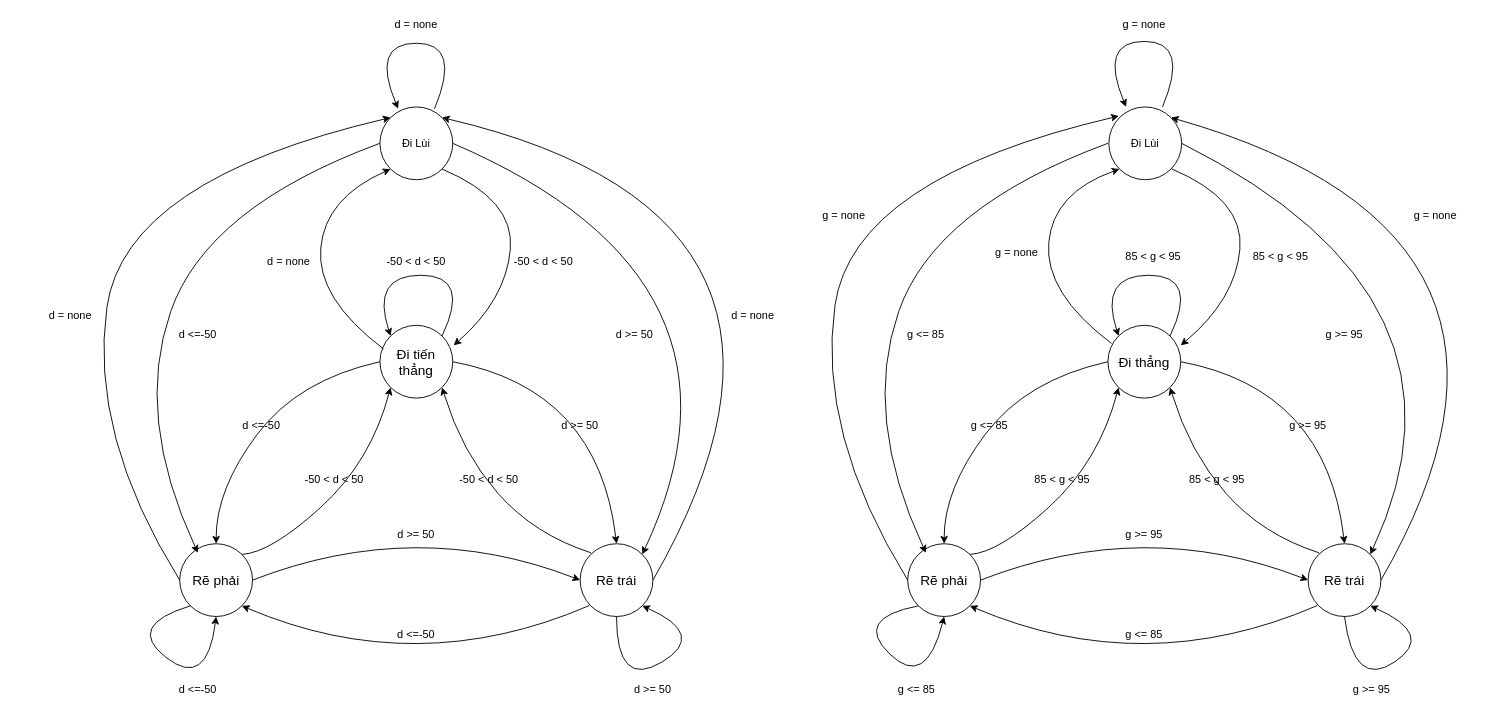
The draw.io diagram B4.drawio in Dieptranivsr/drawio-github, before the edit. Source tidied: cells renumbered, new cells numbered last; positions are measured from the earlier drawing's top-left corner, leaving out a move shared by most shapes. Both pictures are drawn from the tidied source at 91%, with x=0, y=0 at pixel (15, 15).
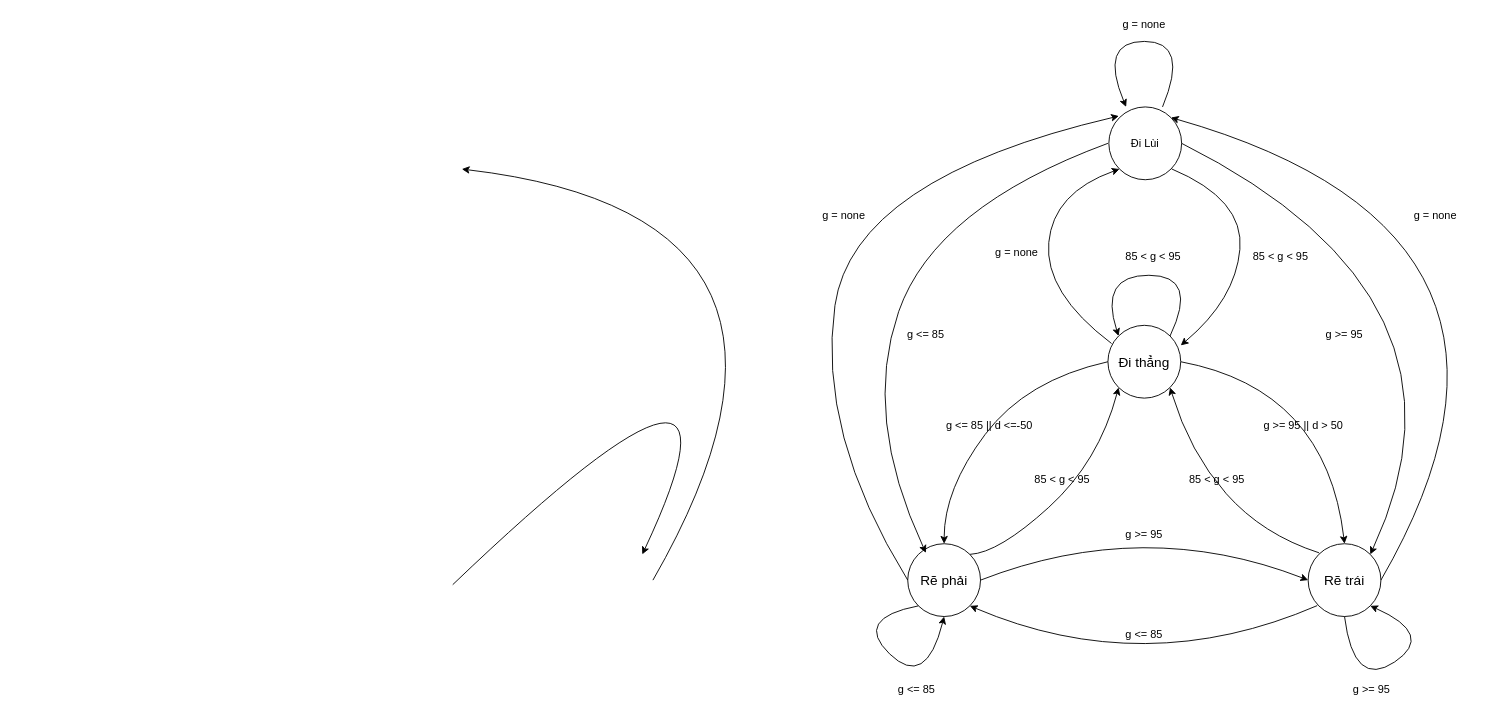
After the change.

The edit, as a diff of the source:
```diff
@@
-    <mxCell id="2" style="curved=1;endArrow=none;html=1;entryX=0;entryY=0.5;entryDx=0;entryDy=0;exitX=0.5;exitY=0;exitDx=0;exitDy=0;startArrow=classic;startFill=1;endFill=0;" parent="1" edge="1" source="6" target="7">
-      <mxGeometry relative="1" as="geometry">
-        <Array as="points">
-          <mxPoint x="220" y="520" />
-          <mxPoint x="310" y="400" />
-        </Array>
-      </mxGeometry>
-    </mxCell>
-    <mxCell id="3" style="curved=1;endArrow=classic;html=1;exitX=1;exitY=0;exitDx=0;exitDy=0;entryX=0;entryY=1;entryDx=0;entryDy=0;" parent="1" edge="1" source="6" target="7">
-      <mxGeometry relative="1" as="geometry">
-        <Array as="points">
-          <mxPoint x="280" y="590" />
-          <mxPoint x="390" y="490" />
-        </Array>
-      </mxGeometry>
-    </mxCell>
-    <mxCell id="4" style="curved=1;endArrow=none;html=1;exitX=1;exitY=1;exitDx=0;exitDy=0;startArrow=classic;startFill=1;endFill=0;" parent="1" edge="1" source="6">
-      <mxGeometry relative="1" as="geometry">
-        <mxPoint x="630" y="648" as="targetPoint" />
-        <Array as="points">
-          <mxPoint x="440" y="730" />
-        </Array>
-      </mxGeometry>
-    </mxCell>
-    <mxCell id="5" style="curved=1;endArrow=none;html=1;entryX=1;entryY=0.5;entryDx=0;entryDy=0;exitX=0.5;exitY=0;exitDx=0;exitDy=0;startArrow=classic;startFill=1;endFill=0;" parent="1" edge="1" source="8" target="7">
-      <mxGeometry relative="1" as="geometry">
-        <Array as="points">
-          <mxPoint x="640" y="410" />
-        </Array>
-      </mxGeometry>
-    </mxCell>
-    <mxCell id="6" value="&lt;font style=&quot;font-size: 15px&quot;&gt;Rẽ phải&lt;/font&gt;" style="ellipse;whiteSpace=wrap;html=1;" parent="1" vertex="1">
-      <mxGeometry x="180" y="580" width="80" height="80" as="geometry" />
-    </mxCell>
-    <mxCell id="7" value="&lt;span style=&quot;font-size: 15px&quot;&gt;Đi tiến thẳng&lt;/span&gt;" style="ellipse;whiteSpace=wrap;html=1;" parent="1" vertex="1">
-      <mxGeometry x="400" y="340" width="80" height="80" as="geometry" />
-    </mxCell>
-    <mxCell id="8" value="&lt;font style=&quot;font-size: 15px&quot;&gt;Rẽ trái&lt;/font&gt;" style="ellipse;whiteSpace=wrap;html=1;" parent="1" vertex="1">
-      <mxGeometry x="620" y="580" width="80" height="80" as="geometry" />
-    </mxCell>
-    <mxCell id="9" style="curved=1;endArrow=classic;html=1;entryX=1;entryY=1;entryDx=0;entryDy=0;" parent="1" edge="1" target="7">
-      <mxGeometry relative="1" as="geometry">
-        <mxPoint x="632" y="590" as="sourcePoint" />
-        <Array as="points">
-          <mxPoint x="570" y="570" />
-          <mxPoint x="490" y="480" />
-        </Array>
-      </mxGeometry>
-    </mxCell>
-    <mxCell id="10" style="curved=1;endArrow=classic;html=1;entryX=0;entryY=0.5;entryDx=0;entryDy=0;exitX=0.5;exitY=1;exitDx=0;exitDy=0;" parent="1" edge="1" target="8">
-      <mxGeometry relative="1" as="geometry">
-        <mxPoint x="260" y="620" as="sourcePoint" />
-        <Array as="points">
-          <mxPoint x="440" y="550" />
-        </Array>
-      </mxGeometry>
-    </mxCell>
-    <mxCell id="11" value="d &amp;lt;=-50" style="text;html=1;strokeColor=none;fillColor=none;align=center;verticalAlign=middle;whiteSpace=wrap;rounded=0;" parent="1" vertex="1">
-      <mxGeometry x="210" y="440" width="120" height="20" as="geometry" />
-    </mxCell>
-    <mxCell id="12" value="d &amp;gt;= 50" style="text;html=1;strokeColor=none;fillColor=none;align=center;verticalAlign=middle;whiteSpace=wrap;rounded=0;" parent="1" vertex="1">
-      <mxGeometry x="400" y="560" width="80" height="20" as="geometry" />
-    </mxCell>
-    <mxCell id="13" value="-50 &amp;lt; d &amp;lt; 50" style="text;html=1;strokeColor=none;fillColor=none;align=center;verticalAlign=middle;whiteSpace=wrap;rounded=0;" parent="1" vertex="1">
-      <mxGeometry x="290" y="500" width="120" height="20" as="geometry" />
-    </mxCell>
-    <mxCell id="14" value="d &amp;gt;= 50" style="text;html=1;strokeColor=none;fillColor=none;align=center;verticalAlign=middle;whiteSpace=wrap;rounded=0;" parent="1" vertex="1">
-      <mxGeometry x="580" y="440" width="80" height="20" as="geometry" />
-    </mxCell>
-    <mxCell id="15" value="-50 &amp;lt; d &amp;lt; 50" style="text;html=1;strokeColor=none;fillColor=none;align=center;verticalAlign=middle;whiteSpace=wrap;rounded=0;" parent="1" vertex="1">
-      <mxGeometry x="460" y="500" width="120" height="20" as="geometry" />
-    </mxCell>
-    <mxCell id="16" value="d &amp;lt;=-50" style="text;html=1;strokeColor=none;fillColor=none;align=center;verticalAlign=middle;whiteSpace=wrap;rounded=0;" parent="1" vertex="1">
-      <mxGeometry x="380" y="670" width="120" height="20" as="geometry" />
-    </mxCell>
@@
-    <mxCell id="26" value="g &amp;lt;= 85" style="text;html=1;strokeColor=none;fillColor=none;align=center;verticalAlign=middle;whiteSpace=wrap;rounded=0;" parent="1" vertex="1">
+    <mxCell id="26" value="g &amp;lt;= 85 || d &amp;lt;=-50" style="text;html=1;strokeColor=none;fillColor=none;align=center;verticalAlign=middle;whiteSpace=wrap;rounded=0;" parent="1" vertex="1">
       <mxGeometry x="1010" y="440" width="120" height="20" as="geometry" />
     </mxCell>
@@
-    <mxCell id="29" value="g &amp;gt;= 95" style="text;html=1;strokeColor=none;fillColor=none;align=center;verticalAlign=middle;whiteSpace=wrap;rounded=0;" parent="1" vertex="1">
-      <mxGeometry x="1380" y="440" width="80" height="20" as="geometry" />
+    <mxCell id="29" value="g &amp;gt;= 95 || d &amp;gt; 50" style="text;html=1;strokeColor=none;fillColor=none;align=center;verticalAlign=middle;whiteSpace=wrap;rounded=0;" parent="1" vertex="1">
+      <mxGeometry x="1370" y="440" width="90" height="20" as="geometry" />
     </mxCell>
@@
-    <mxCell id="32" style="curved=1;endArrow=classic;html=1;entryX=1;entryY=1;entryDx=0;entryDy=0;" parent="1" edge="1" target="8">
-      <mxGeometry relative="1" as="geometry">
-        <mxPoint x="660" y="660" as="sourcePoint" />
-        <Array as="points">
-          <mxPoint x="660" y="740" />
-          <mxPoint x="760" y="680" />
-        </Array>
-      </mxGeometry>
-    </mxCell>
-    <mxCell id="33" style="curved=1;endArrow=classic;html=1;entryX=0;entryY=0;entryDx=0;entryDy=0;exitX=1;exitY=0;exitDx=0;exitDy=0;" parent="1" edge="1" source="7" target="7">
-      <mxGeometry relative="1" as="geometry">
-        <Array as="points">
-          <mxPoint x="500" y="285" />
-          <mxPoint x="390" y="285" />
-        </Array>
-      </mxGeometry>
-    </mxCell>
-    <mxCell id="34" style="curved=1;endArrow=classic;html=1;exitX=0;exitY=1;exitDx=0;exitDy=0;" parent="1" edge="1" source="6">
-      <mxGeometry relative="1" as="geometry">
-        <mxPoint x="220" y="660" as="targetPoint" />
-        <Array as="points">
-          <mxPoint x="120" y="670" />
-          <mxPoint x="210" y="740" />
-        </Array>
-      </mxGeometry>
-    </mxCell>
@@
-    <mxCell id="38" value="d &amp;gt;= 50" style="text;html=1;strokeColor=none;fillColor=none;align=center;verticalAlign=middle;whiteSpace=wrap;rounded=0;" parent="1" vertex="1">
-      <mxGeometry x="660" y="730" width="80" height="20" as="geometry" />
-    </mxCell>
-    <mxCell id="39" value="-50 &amp;lt; d &amp;lt; 50" style="text;html=1;strokeColor=none;fillColor=none;align=center;verticalAlign=middle;whiteSpace=wrap;rounded=0;" parent="1" vertex="1">
-      <mxGeometry x="380" y="260" width="120" height="20" as="geometry" />
-    </mxCell>
-    <mxCell id="40" value="d &amp;lt;=-50" style="text;html=1;strokeColor=none;fillColor=none;align=center;verticalAlign=middle;whiteSpace=wrap;rounded=0;" parent="1" vertex="1">
-      <mxGeometry x="140" y="730" width="120" height="20" as="geometry" />
-    </mxCell>
@@
-    <mxCell id="44" value="Đi Lùi" style="ellipse;whiteSpace=wrap;html=1;" parent="1" vertex="1">
-      <mxGeometry x="400" y="100" width="80" height="80" as="geometry" />
-    </mxCell>
-    <mxCell id="45" style="curved=1;endArrow=classic;html=1;entryX=0;entryY=0;entryDx=0;entryDy=0;exitX=0;exitY=0.5;exitDx=0;exitDy=0;" parent="1" edge="1" source="6" target="44">
-      <mxGeometry relative="1" as="geometry">
-        <Array as="points">
-          <mxPoint x="80" y="460" />
-          <mxPoint x="120" y="180" />
-        </Array>
-      </mxGeometry>
-    </mxCell>
-    <mxCell id="46" style="curved=1;endArrow=none;html=1;entryX=0;entryY=0.5;entryDx=0;entryDy=0;startArrow=classic;startFill=1;endFill=0;" parent="1" edge="1" target="44">
-      <mxGeometry relative="1" as="geometry">
-        <mxPoint x="200" y="590" as="sourcePoint" />
-        <Array as="points">
-          <mxPoint x="130" y="440" />
-          <mxPoint x="210" y="210" />
-        </Array>
-      </mxGeometry>
-    </mxCell>
-    <mxCell id="47" style="curved=1;endArrow=classic;html=1;entryX=1;entryY=0;entryDx=0;entryDy=0;exitX=1;exitY=0.5;exitDx=0;exitDy=0;" parent="1" edge="1" source="44" target="8">
+    <mxCell id="47" style="curved=1;endArrow=classic;html=1;entryX=1;entryY=0;entryDx=0;entryDy=0;exitX=1;exitY=0.5;exitDx=0;exitDy=0;" parent="1" edge="1">
       <mxGeometry relative="1" as="geometry">
+        <mxPoint x="480" y="625" as="sourcePoint" />
+        <mxPoint x="688.3" y="591.7" as="targetPoint" />
         <Array as="points">
           <mxPoint x="830" y="290" />
         </Array>
       </mxGeometry>
     </mxCell>
-    <mxCell id="48" style="curved=1;endArrow=none;html=1;entryX=1;entryY=0.5;entryDx=0;entryDy=0;exitX=1;exitY=0;exitDx=0;exitDy=0;endFill=0;startArrow=classic;startFill=1;" parent="1" edge="1" source="44" target="8">
+    <mxCell id="48" style="curved=1;endArrow=none;html=1;entryX=1;entryY=0.5;entryDx=0;entryDy=0;exitX=1;exitY=0;exitDx=0;exitDy=0;endFill=0;startArrow=classic;startFill=1;" parent="1" edge="1">
       <mxGeometry relative="1" as="geometry">
+        <mxPoint x="490" y="168.3" as="sourcePoint" />
+        <mxPoint x="700" y="620" as="targetPoint" />
         <Array as="points">
           <mxPoint x="930" y="220" />
         </Array>
       </mxGeometry>
     </mxCell>
-    <mxCell id="49" style="curved=1;endArrow=classic;html=1;entryX=0;entryY=1;entryDx=0;entryDy=0;exitX=0.05;exitY=0.325;exitDx=0;exitDy=0;exitPerimeter=0;" parent="1" edge="1" source="7" target="44">
-      <mxGeometry relative="1" as="geometry">
-        <Array as="points">
-          <mxPoint x="330" y="310" />
-          <mxPoint x="340" y="200" />
-        </Array>
-      </mxGeometry>
-    </mxCell>
-    <mxCell id="50" style="curved=1;endArrow=none;html=1;exitX=1.013;exitY=0.275;exitDx=0;exitDy=0;exitPerimeter=0;entryX=1;entryY=1;entryDx=0;entryDy=0;startArrow=classic;startFill=1;endFill=0;" parent="1" edge="1" source="7" target="44">
-      <mxGeometry relative="1" as="geometry">
-        <Array as="points">
-          <mxPoint x="538.3" y="311.7" />
-          <mxPoint x="548.3" y="201.7" />
-        </Array>
-      </mxGeometry>
-    </mxCell>
-    <mxCell id="51" style="curved=1;endArrow=classic;html=1;exitX=0.75;exitY=0.025;exitDx=0;exitDy=0;exitPerimeter=0;" parent="1" edge="1" source="44">
-      <mxGeometry relative="1" as="geometry">
-        <mxPoint x="420" y="102" as="targetPoint" />
-        <Array as="points">
-          <mxPoint x="490" y="30" />
-          <mxPoint x="390" y="30" />
-        </Array>
-      </mxGeometry>
-    </mxCell>
-    <mxCell id="52" value="d = none" style="text;html=1;strokeColor=none;fillColor=none;align=center;verticalAlign=middle;whiteSpace=wrap;rounded=0;" parent="1" vertex="1">
-      <mxGeometry x="380" width="120" height="20" as="geometry" />
-    </mxCell>
-    <mxCell id="53" value="d = none" style="text;html=1;strokeColor=none;fillColor=none;align=center;verticalAlign=middle;whiteSpace=wrap;rounded=0;" parent="1" vertex="1">
-      <mxGeometry x="750" y="320" width="120" height="20" as="geometry" />
-    </mxCell>
-    <mxCell id="54" value="d = none" style="text;html=1;strokeColor=none;fillColor=none;align=center;verticalAlign=middle;whiteSpace=wrap;rounded=0;" parent="1" vertex="1">
-      <mxGeometry y="320" width="120" height="20" as="geometry" />
-    </mxCell>
-    <mxCell id="55" value="d &amp;lt;=-50" style="text;html=1;strokeColor=none;fillColor=none;align=center;verticalAlign=middle;whiteSpace=wrap;rounded=0;" parent="1" vertex="1">
-      <mxGeometry x="140" y="340" width="120" height="20" as="geometry" />
-    </mxCell>
-    <mxCell id="56" value="d &amp;gt;= 50" style="text;html=1;strokeColor=none;fillColor=none;align=center;verticalAlign=middle;whiteSpace=wrap;rounded=0;" parent="1" vertex="1">
-      <mxGeometry x="640" y="340" width="80" height="20" as="geometry" />
-    </mxCell>
-    <mxCell id="57" value="d = none" style="text;html=1;strokeColor=none;fillColor=none;align=center;verticalAlign=middle;whiteSpace=wrap;rounded=0;" parent="1" vertex="1">
-      <mxGeometry x="240" y="260" width="120" height="20" as="geometry" />
-    </mxCell>
-    <mxCell id="58" value="-50 &amp;lt; d &amp;lt; 50" style="text;html=1;strokeColor=none;fillColor=none;align=center;verticalAlign=middle;whiteSpace=wrap;rounded=0;" parent="1" vertex="1">
-      <mxGeometry x="520" y="260" width="120" height="20" as="geometry" />
-    </mxCell>
```
